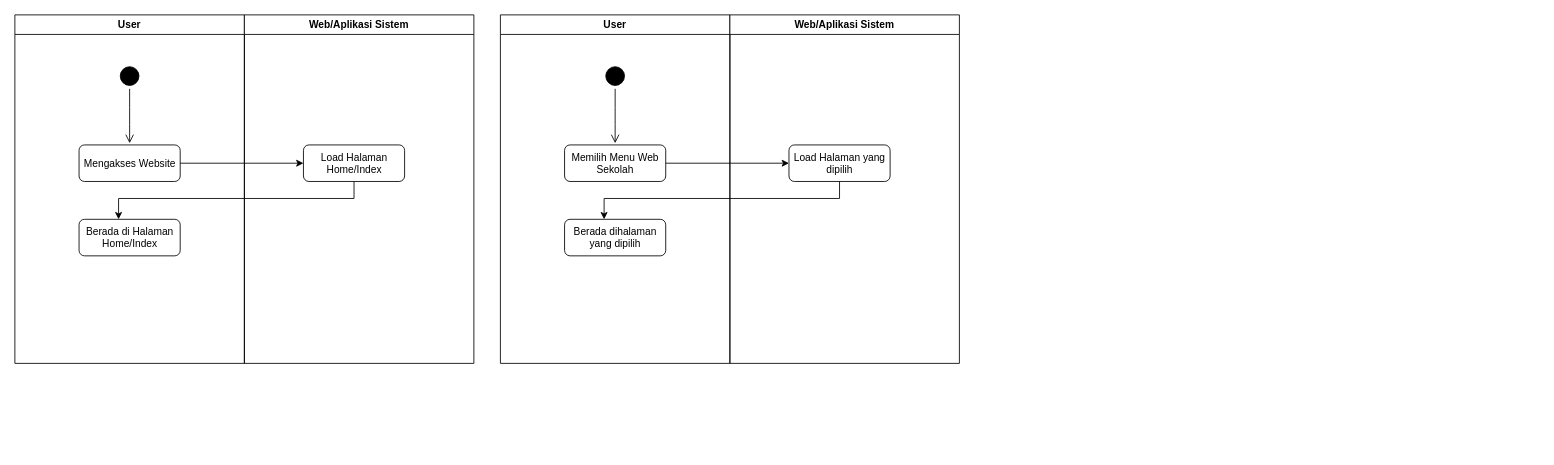
The draw.io diagram Untitled test.drawio in aldonicolaz/siakad-petrus, before the edit. Source tidied: cells renumbered, new cells numbered last; positions are measured from the earlier drawing's top-left corner, leaving out a move shared by most shapes. Both pictures are drawn from the tidied source at 85%, with x=0, y=0 at pixel (14, 14).
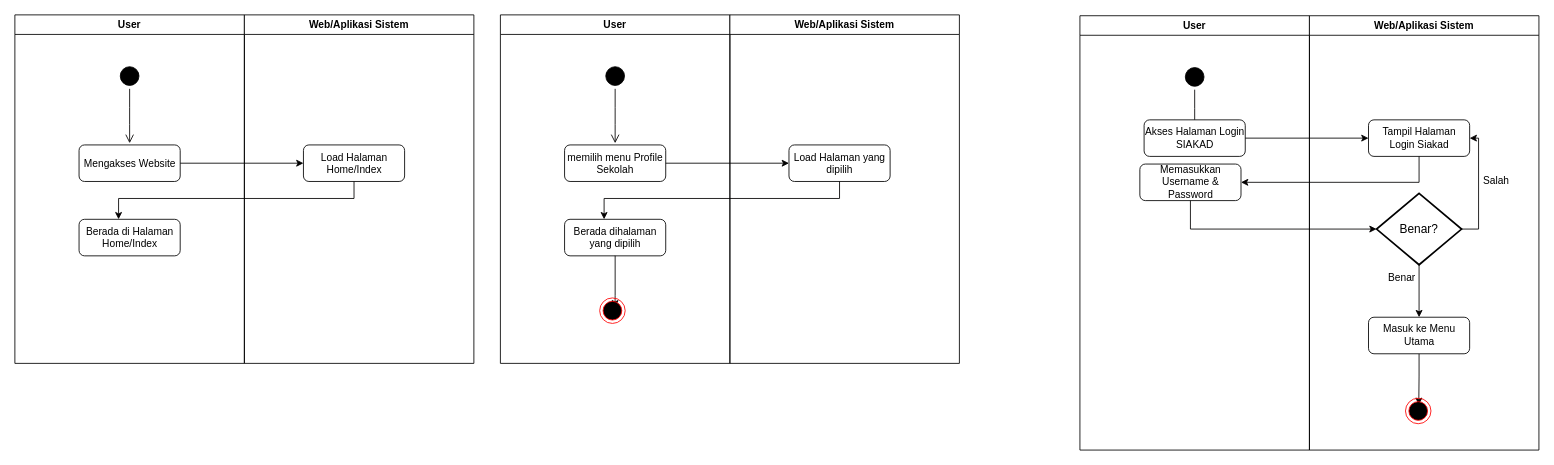
After the change.

The change refers to these unchanged cells:
```xml
<mxCell id="11" value="User" style="swimlane;" parent="1" vertex="1">
  <mxGeometry x="571.2" width="270" height="410" as="geometry" />
</mxCell>
```

What changed in the source:
```diff
@@
-    <mxCell id="14" value="Memilih Menu Web Sekolah" style="shape=ext;rounded=1;html=1;whiteSpace=wrap;" parent="11" vertex="1">
+    <mxCell id="14" value="memilih menu Profile Sekolah" style="shape=ext;rounded=1;html=1;whiteSpace=wrap;" parent="11" vertex="1">
       <mxGeometry x="75.5" y="153" width="119" height="43" as="geometry" />
     </mxCell>
+    <mxCell id="20" style="edgeStyle=orthogonalEdgeStyle;rounded=0;jettySize=auto;html=1;entryX=0.371;entryY=0.398;entryDx=0;entryDy=0;entryPerimeter=0;strokeColor=#030000;" parent="11" edge="1" target="21">
+      <mxGeometry relative="1" as="geometry">
+        <mxPoint x="133.8" y="282.5" as="sourcePoint" />
+        <Array as="points">
+          <mxPoint x="135" y="283" />
+          <mxPoint x="135" y="330" />
+        </Array>
+      </mxGeometry>
+    </mxCell>
@@
+    <mxCell id="21" style="ellipse;html=1;shape=endState;fillColor=#000000;strokeColor=#ff0000;direction=south;" parent="11" vertex="1">
+      <mxGeometry x="116.8" y="333" width="30" height="30" as="geometry" />
+    </mxCell>
@@
+    <mxCell id="22" value="User" style="swimlane;" parent="1" vertex="1">
+      <mxGeometry x="1253" y="1" width="270" height="511" as="geometry" />
+    </mxCell>
+    <mxCell id="23" style="ellipse;html=1;shape=startState;fillColor=#000000;strokeColor=#000000;" parent="22" vertex="1">
+      <mxGeometry x="120" y="57" width="30" height="30" as="geometry" />
+    </mxCell>
+    <mxCell id="24" style="edgeStyle=orthogonalEdgeStyle;html=1;verticalAlign=bottom;endArrow=open;endSize=8;strokeColor=#030000;" parent="22" edge="1" source="23">
+      <mxGeometry relative="1" as="geometry">
+        <mxPoint x="135" y="151" as="targetPoint" />
+      </mxGeometry>
+    </mxCell>
+    <mxCell id="25" value="Akses Halaman Login SIAKAD" style="shape=ext;rounded=1;html=1;whiteSpace=wrap;" parent="22" vertex="1">
+      <mxGeometry x="75.5" y="122.5" width="119" height="43" as="geometry" />
+    </mxCell>
+    <mxCell id="26" value="Memasukkan Username &amp;amp; Password" style="shape=ext;rounded=1;html=1;whiteSpace=wrap;" parent="22" vertex="1">
+      <mxGeometry x="70.5" y="174.5" width="119" height="43" as="geometry" />
+    </mxCell>
+    <mxCell id="27" value="Web/Aplikasi Sistem" style="swimlane;" parent="1" vertex="1">
+      <mxGeometry x="1523" y="1" width="270" height="511" as="geometry" />
+    </mxCell>
+    <mxCell id="28" value="Tampil Halaman Login Siakad" style="shape=ext;rounded=1;html=1;whiteSpace=wrap;" parent="27" vertex="1">
+      <mxGeometry x="69.5" y="122.5" width="119" height="43" as="geometry" />
+    </mxCell>
+    <mxCell id="29" style="edgeStyle=orthogonalEdgeStyle;rounded=0;jettySize=auto;html=1;entryX=0.522;entryY=0.261;entryDx=0;entryDy=0;entryPerimeter=0;strokeColor=#030000;" parent="27" edge="1" source="30" target="36">
+      <mxGeometry relative="1" as="geometry" />
+    </mxCell>
+    <mxCell id="30" value="Masuk ke Menu Utama" style="shape=ext;rounded=1;html=1;whiteSpace=wrap;" parent="27" vertex="1">
+      <mxGeometry x="69.5" y="354.7" width="119" height="43" as="geometry" />
+    </mxCell>
+    <mxCell id="31" style="edgeStyle=orthogonalEdgeStyle;rounded=0;jettySize=auto;html=1;entryX=1;entryY=0.5;entryDx=0;entryDy=0;strokeColor=#030000;exitX=1;exitY=0.5;exitDx=0;exitDy=0;" parent="27" edge="1" source="33" target="28">
+      <mxGeometry relative="1" as="geometry" />
+    </mxCell>
+    <mxCell id="32" style="edgeStyle=orthogonalEdgeStyle;rounded=0;jettySize=auto;html=1;entryX=0.5;entryY=0;entryDx=0;entryDy=0;strokeColor=#030000;" parent="27" edge="1" source="33" target="30">
+      <mxGeometry relative="1" as="geometry" />
+    </mxCell>
+    <mxCell id="33" value="Benar?" style="shape=rhombus;strokeWidth=2;fontSize=17;perimeter=rhombusPerimeter;whiteSpace=wrap;html=1;align=center;fontSize=14;" parent="27" vertex="1">
+      <mxGeometry x="79" y="209" width="100" height="84" as="geometry" />
+    </mxCell>
+    <mxCell id="34" value="Benar" style="text;html=1;strokeColor=none;fillColor=none;align=center;verticalAlign=middle;whiteSpace=wrap;rounded=0;direction=west;" parent="27" vertex="1">
+      <mxGeometry x="89.1" y="298.5" width="40" height="20" as="geometry" />
+    </mxCell>
+    <mxCell id="35" value="Salah" style="text;html=1;strokeColor=none;fillColor=none;align=center;verticalAlign=middle;whiteSpace=wrap;rounded=0;" parent="27" vertex="1">
+      <mxGeometry x="200.3" y="183.5" width="40" height="20" as="geometry" />
+    </mxCell>
+    <mxCell id="36" style="ellipse;html=1;shape=endState;fillColor=#000000;strokeColor=#ff0000;" parent="27" vertex="1">
+      <mxGeometry x="113" y="450" width="30" height="30" as="geometry" />
+    </mxCell>
+    <mxCell id="37" style="edgeStyle=orthogonalEdgeStyle;rounded=0;jettySize=auto;html=1;" parent="1" edge="1" source="25" target="28">
+      <mxGeometry relative="1" as="geometry" />
+    </mxCell>
+    <mxCell id="38" style="edgeStyle=orthogonalEdgeStyle;rounded=0;jettySize=auto;html=1;entryX=1;entryY=0.5;entryDx=0;entryDy=0;strokeColor=#030000;" parent="1" edge="1" source="28" target="26">
+      <mxGeometry relative="1" as="geometry">
+        <Array as="points">
+          <mxPoint x="1652" y="197" />
+        </Array>
+      </mxGeometry>
+    </mxCell>
+    <mxCell id="39" style="edgeStyle=orthogonalEdgeStyle;rounded=0;jettySize=auto;html=1;entryX=0;entryY=0.5;entryDx=0;entryDy=0;strokeColor=#030000;" parent="1" edge="1" source="26" target="33">
+      <mxGeometry relative="1" as="geometry">
+        <Array as="points">
+          <mxPoint x="1383" y="252" />
+        </Array>
+      </mxGeometry>
+    </mxCell>
```
